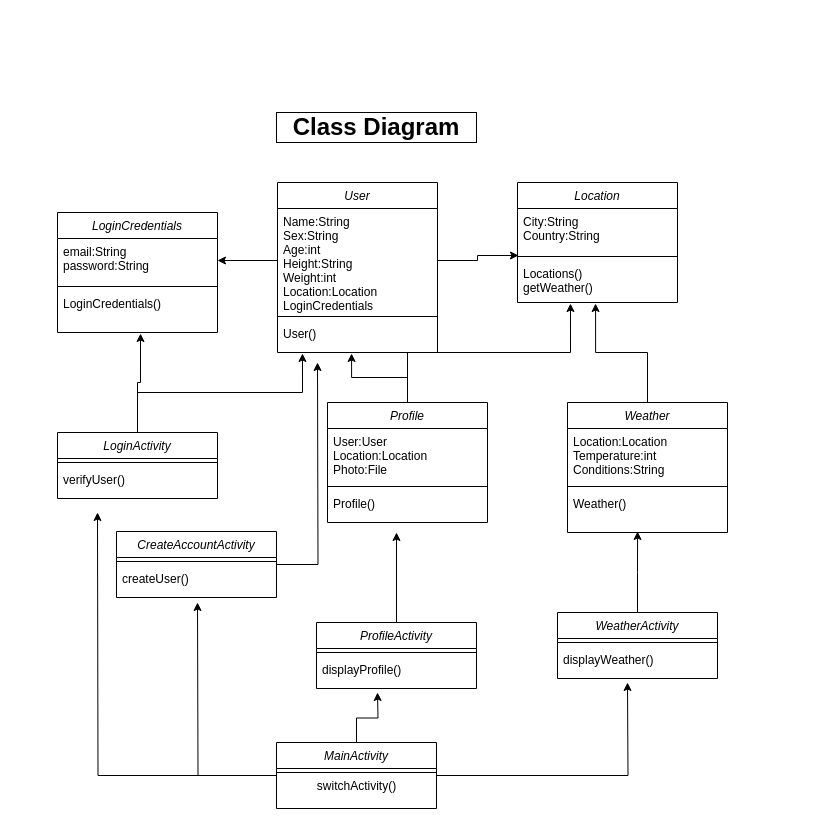
The draw.io diagram ClassDiagrams/ClassDiagramProject1.drawio in austincunliffe/AustinEvanWill, before the edit. Source tidied: cells renumbered, new cells numbered last; positions are measured from the earlier drawing's top-left corner, leaving out a move shared by most shapes. Both pictures are drawn from the tidied source at 100%, with x=0, y=0 at pixel (57, 112).
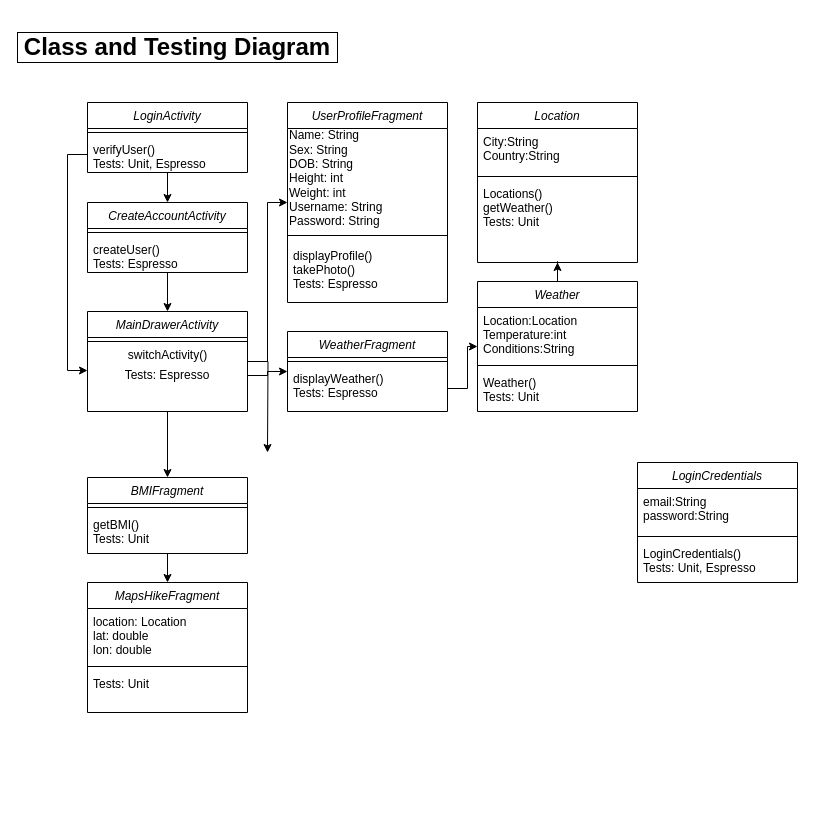
The same page after the edit.

Unchanged cells that the change refers to:
```xml
<mxCell id="16" value="City:String&#10;Country:String&#10;" style="text;align=left;verticalAlign=top;spacingLeft=4;spacingRight=4;overflow=hidden;points=[[0,0.5],[1,0.5]];portConstraint=eastwest;rounded=0;shadow=0;html=0;" parent="15" vertex="1">
  <mxGeometry y="26" width="160" height="44" as="geometry" />
</mxCell>
<mxCell id="24" value="email:String&#10;password:String" style="text;align=left;verticalAlign=top;spacingLeft=4;spacingRight=4;overflow=hidden;points=[[0,0.5],[1,0.5]];portConstraint=eastwest;rounded=0;shadow=0;html=0;" parent="23" vertex="1">
  <mxGeometry y="26" width="160" height="44" as="geometry" />
</mxCell>
```

The edit, as a diff of the source:
```diff
@@
-    <mxCell id="2" style="edgeStyle=orthogonalEdgeStyle;rounded=0;jettySize=auto;html=1;entryX=0.463;entryY=1.031;entryDx=0;entryDy=0;entryPerimeter=0;" parent="1" edge="1" source="7" target="22">
-      <mxGeometry relative="1" as="geometry" />
-    </mxCell>
-    <mxCell id="3" style="edgeStyle=orthogonalEdgeStyle;rounded=0;jettySize=auto;html=1;entryX=0.331;entryY=1.024;entryDx=0;entryDy=0;entryPerimeter=0;" parent="1" edge="1" source="7" target="18">
-      <mxGeometry relative="1" as="geometry" />
-    </mxCell>
-    <mxCell id="4" style="edgeStyle=orthogonalEdgeStyle;rounded=0;jettySize=auto;html=1;entryX=0.488;entryY=1.024;entryDx=0;entryDy=0;entryPerimeter=0;" parent="1" edge="1" source="11" target="18">
-      <mxGeometry relative="1" as="geometry" />
-    </mxCell>
-    <mxCell id="5" value="&lt;h1&gt;&lt;span style=&quot;background-color: rgb(255 , 255 , 255)&quot;&gt;Class Diagram&lt;/span&gt;&lt;/h1&gt;" style="text;html=1;fillColor=none;align=center;verticalAlign=middle;whiteSpace=wrap;rounded=0;strokeColor=#000000;" parent="1" vertex="1">
-      <mxGeometry x="219" width="200" height="30" as="geometry" />
+    <mxCell id="5" value="&lt;h1&gt;&lt;span style=&quot;background-color: rgb(255 , 255 , 255)&quot;&gt;Class and Testing Diagram&lt;/span&gt;&lt;/h1&gt;" style="text;html=1;fillColor=none;align=center;verticalAlign=middle;whiteSpace=wrap;rounded=0;strokeColor=#000000;" parent="1" vertex="1">
+      <mxGeometry x="-40" y="-80" width="320" height="30" as="geometry" />
     </mxCell>
-    <mxCell id="6" style="edgeStyle=orthogonalEdgeStyle;rounded=0;jettySize=auto;html=1;entryX=0.006;entryY=1.068;entryDx=0;entryDy=0;entryPerimeter=0;" parent="1" edge="1" source="20" target="16">
-      <mxGeometry relative="1" as="geometry" />
-    </mxCell>
-    <mxCell id="7" value="Profile" style="swimlane;fontStyle=2;align=center;verticalAlign=top;horizontal=1;startSize=26;rounded=0;shadow=0;strokeWidth=1;" parent="1" vertex="1">
-      <mxGeometry x="270" y="290" width="160" height="120" as="geometry" />
-    </mxCell>
-    <mxCell id="8" value="User:User&#10;Location:Location&#10;Photo:File&#10;" style="text;align=left;verticalAlign=top;spacingLeft=4;spacingRight=4;overflow=hidden;" parent="7" vertex="1">
-      <mxGeometry y="26" width="160" height="54" as="geometry" />
-    </mxCell>
-    <mxCell id="9" style="line;html=1;strokeWidth=1;align=left;verticalAlign=middle;spacingTop=-1;spacingLeft=3;spacingRight=3;labelPosition=right;" parent="7" vertex="1">
-      <mxGeometry y="80" width="160" height="8" as="geometry" />
-    </mxCell>
-    <mxCell id="10" value="Profile()&#10;" style="text;align=left;verticalAlign=top;spacingLeft=4;spacingRight=4;overflow=hidden;" parent="7" vertex="1">
-      <mxGeometry y="88" width="160" height="32" as="geometry" />
-    </mxCell>
+    <mxCell id="52" style="edgeStyle=orthogonalEdgeStyle;rounded=0;jettySize=auto;html=1;entryX=0.5;entryY=1;entryDx=0;entryDy=0;" parent="1" edge="1" source="11" target="15">
+      <mxGeometry relative="1" as="geometry" />
+    </mxCell>
+    <mxCell id="53" style="edgeStyle=orthogonalEdgeStyle;rounded=0;jettySize=auto;html=1;entryX=0.5;entryY=0;entryDx=0;entryDy=0;" parent="1" edge="1" source="30" target="34">
+      <mxGeometry relative="1" as="geometry" />
+    </mxCell>
+    <mxCell id="54" style="edgeStyle=orthogonalEdgeStyle;rounded=0;jettySize=auto;html=1;entryX=0;entryY=0.25;entryDx=0;entryDy=0;" parent="1" edge="1" source="32" target="62">
+      <mxGeometry relative="1" as="geometry" />
+    </mxCell>
+    <mxCell id="30" value="LoginActivity" style="swimlane;fontStyle=2;align=center;verticalAlign=top;horizontal=1;startSize=26;rounded=0;shadow=0;strokeWidth=1;" parent="1" vertex="1">
+      <mxGeometry x="30" y="-10" width="160" height="70" as="geometry" />
+    </mxCell>
+    <mxCell id="31" style="line;html=1;strokeWidth=1;align=left;verticalAlign=middle;spacingTop=-1;spacingLeft=3;spacingRight=3;labelPosition=right;" parent="30" vertex="1">
+      <mxGeometry y="26" width="160" height="8" as="geometry" />
+    </mxCell>
+    <mxCell id="32" value="verifyUser()&#10;Tests: Unit, Espresso" style="text;align=left;verticalAlign=top;spacingLeft=4;spacingRight=4;overflow=hidden;points=[[0,0.5],[1,0.5]];portConstraint=eastwest;" parent="30" vertex="1">
+      <mxGeometry y="34" width="160" height="36" as="geometry" />
+    </mxCell>
+    <mxCell id="55" style="edgeStyle=orthogonalEdgeStyle;rounded=0;jettySize=auto;html=1;entryX=0.5;entryY=0;entryDx=0;entryDy=0;" parent="1" edge="1" source="34" target="49">
+      <mxGeometry relative="1" as="geometry" />
+    </mxCell>
+    <mxCell id="34" value="CreateAccountActivity" style="swimlane;fontStyle=2;align=center;verticalAlign=top;horizontal=1;startSize=26;rounded=0;shadow=0;strokeWidth=1;" parent="1" vertex="1">
+      <mxGeometry x="30" y="90" width="160" height="70" as="geometry" />
+    </mxCell>
+    <mxCell id="35" style="line;html=1;strokeWidth=1;align=left;verticalAlign=middle;spacingTop=-1;spacingLeft=3;spacingRight=3;labelPosition=right;" parent="34" vertex="1">
+      <mxGeometry y="26" width="160" height="8" as="geometry" />
+    </mxCell>
+    <mxCell id="36" value="createUser()&#10;Tests: Espresso" style="text;align=left;verticalAlign=top;spacingLeft=4;spacingRight=4;overflow=hidden;" parent="34" vertex="1">
+      <mxGeometry y="34" width="160" height="36" as="geometry" />
+    </mxCell>
+    <mxCell id="56" style="edgeStyle=orthogonalEdgeStyle;rounded=0;jettySize=auto;html=1;" parent="1" edge="1" source="49" target="38">
+      <mxGeometry relative="1" as="geometry">
+        <Array as="points">
+          <mxPoint x="210" y="249" />
+          <mxPoint x="210" y="90" />
+        </Array>
+      </mxGeometry>
+    </mxCell>
+    <mxCell id="38" value="UserProfileFragment" style="swimlane;fontStyle=2;align=center;verticalAlign=top;horizontal=1;startSize=26;rounded=0;shadow=0;strokeWidth=1;" parent="1" vertex="1">
+      <mxGeometry x="230" y="-10" width="160" height="200" as="geometry" />
+    </mxCell>
+    <mxCell id="57" value="Name: String&lt;br&gt;Sex: String&lt;br&gt;DOB: String&lt;br&gt;Height: int&lt;br&gt;Weight: int&lt;br&gt;Username: String&lt;br&gt;Password: String&lt;br&gt;" style="text;html=1;align=left;verticalAlign=middle;" parent="38" vertex="1">
+      <mxGeometry y="26" width="160" height="100" as="geometry" />
+    </mxCell>
+    <mxCell id="39" style="line;html=1;strokeWidth=1;align=left;verticalAlign=middle;spacingTop=-1;spacingLeft=3;spacingRight=3;labelPosition=right;" parent="38" vertex="1">
+      <mxGeometry y="126" width="160" height="14" as="geometry" />
+    </mxCell>
+    <mxCell id="40" value="displayProfile()&#10;takePhoto()&#10;Tests: Espresso" style="text;align=left;verticalAlign=top;spacingLeft=4;spacingRight=4;overflow=hidden;" parent="38" vertex="1">
+      <mxGeometry y="140" width="160" height="50" as="geometry" />
+    </mxCell>
+    <mxCell id="42" value="WeatherFragment" style="swimlane;fontStyle=2;align=center;verticalAlign=top;horizontal=1;startSize=26;rounded=0;shadow=0;strokeWidth=1;" parent="1" vertex="1">
+      <mxGeometry x="230" y="219" width="160" height="80" as="geometry" />
+    </mxCell>
+    <mxCell id="43" style="line;html=1;strokeWidth=1;align=left;verticalAlign=middle;spacingTop=-1;spacingLeft=3;spacingRight=3;labelPosition=right;" parent="42" vertex="1">
+      <mxGeometry y="26" width="160" height="8" as="geometry" />
+    </mxCell>
+    <mxCell id="44" value="displayWeather()&#10;Tests: Espresso" style="text;align=left;verticalAlign=top;spacingLeft=4;spacingRight=4;overflow=hidden;points=[[0,0.5],[1,0.5]];portConstraint=eastwest;" parent="42" vertex="1">
+      <mxGeometry y="34" width="160" height="46" as="geometry" />
+    </mxCell>
     <mxCell id="11" value="Weather" style="swimlane;fontStyle=2;align=center;verticalAlign=top;horizontal=1;startSize=26;rounded=0;shadow=0;strokeWidth=1;" parent="1" vertex="1">
-      <mxGeometry x="510" y="290" width="160" height="130" as="geometry" />
+      <mxGeometry x="420" y="169" width="160" height="130" as="geometry" />
     </mxCell>
@@
-    <mxCell id="14" value="Weather()" style="text;align=left;verticalAlign=top;spacingLeft=4;spacingRight=4;overflow=hidden;points=[[0,0.5],[1,0.5]];portConstraint=eastwest;" parent="11" vertex="1">
+    <mxCell id="14" value="Weather()&#10;Tests: Unit" style="text;align=left;verticalAlign=top;spacingLeft=4;spacingRight=4;overflow=hidden;points=[[0,0.5],[1,0.5]];portConstraint=eastwest;" parent="11" vertex="1">
       <mxGeometry y="88" width="160" height="42" as="geometry" />
     </mxCell>
     <mxCell id="15" value="Location" style="swimlane;fontStyle=2;align=center;verticalAlign=top;horizontal=1;startSize=26;rounded=0;shadow=0;strokeWidth=1;" parent="1" vertex="1">
-      <mxGeometry x="460" y="70" width="160" height="120" as="geometry" />
+      <mxGeometry x="420" y="-10" width="160" height="160" as="geometry" />
     </mxCell>
@@
-    <mxCell id="18" value="Locations()&#10;getWeather()" style="text;align=left;verticalAlign=top;spacingLeft=4;spacingRight=4;overflow=hidden;points=[[0,0.5],[1,0.5]];portConstraint=eastwest;" parent="15" vertex="1">
+    <mxCell id="18" value="Locations()&#10;getWeather()&#10;Tests: Unit" style="text;align=left;verticalAlign=top;spacingLeft=4;spacingRight=4;overflow=hidden;points=[[0,0.5],[1,0.5]];portConstraint=eastwest;" parent="15" vertex="1">
       <mxGeometry y="78" width="160" height="42" as="geometry" />
     </mxCell>
-    <mxCell id="19" value="User" style="swimlane;fontStyle=2;align=center;verticalAlign=top;horizontal=1;startSize=26;rounded=0;shadow=0;strokeWidth=1;" parent="1" vertex="1">
-      <mxGeometry x="220" y="70" width="160" height="170" as="geometry" />
-    </mxCell>
-    <mxCell id="20" value="Name:String&#10;Sex:String&#10;Age:int&#10;Height:String&#10;Weight:int&#10;Location:Location&#10;LoginCredentials" style="text;align=left;verticalAlign=top;spacingLeft=4;spacingRight=4;overflow=hidden;points=[[0,0.5],[1,0.5]];portConstraint=eastwest;rounded=0;shadow=0;html=0;" parent="19" vertex="1">
-      <mxGeometry y="26" width="160" height="104" as="geometry" />
-    </mxCell>
-    <mxCell id="21" style="line;html=1;strokeWidth=1;align=left;verticalAlign=middle;spacingTop=-1;spacingLeft=3;spacingRight=3;labelPosition=right;" parent="19" vertex="1">
-      <mxGeometry y="130" width="160" height="8" as="geometry" />
-    </mxCell>
-    <mxCell id="22" value="User()&#10;" style="text;align=left;verticalAlign=top;spacingLeft=4;spacingRight=4;overflow=hidden;points=[[0,0.5],[1,0.5]];portConstraint=eastwest;" parent="19" vertex="1">
-      <mxGeometry y="138" width="160" height="32" as="geometry" />
-    </mxCell>
+    <mxCell id="58" style="edgeStyle=orthogonalEdgeStyle;rounded=0;jettySize=auto;html=1;" parent="1" edge="1" source="44" target="11">
+      <mxGeometry relative="1" as="geometry" />
+    </mxCell>
+    <mxCell id="59" style="edgeStyle=orthogonalEdgeStyle;rounded=0;jettySize=auto;html=1;" parent="1" edge="1" source="62" target="42">
+      <mxGeometry relative="1" as="geometry" />
+    </mxCell>
+    <mxCell id="60" style="edgeStyle=orthogonalEdgeStyle;rounded=0;jettySize=auto;html=1;entryX=0.5;entryY=0;entryDx=0;entryDy=0;" parent="1" edge="1" source="49" target="64">
+      <mxGeometry relative="1" as="geometry" />
+    </mxCell>
+    <mxCell id="61" style="edgeStyle=orthogonalEdgeStyle;rounded=0;jettySize=auto;html=1;" parent="1" edge="1" source="49">
+      <mxGeometry relative="1" as="geometry">
+        <mxPoint x="210" y="340" as="targetPoint" />
+      </mxGeometry>
+    </mxCell>
+    <mxCell id="49" value="MainDrawerActivity" style="swimlane;fontStyle=2;align=center;verticalAlign=top;horizontal=1;startSize=26;rounded=0;shadow=0;strokeWidth=1;" parent="1" vertex="1">
+      <mxGeometry x="30" y="199" width="160" height="100" as="geometry" />
+    </mxCell>
+    <mxCell id="50" style="line;html=1;strokeWidth=1;align=left;verticalAlign=middle;spacingTop=-1;spacingLeft=3;spacingRight=3;labelPosition=right;" parent="49" vertex="1">
+      <mxGeometry y="26" width="160" height="8" as="geometry" />
+    </mxCell>
+    <mxCell id="51" value="switchActivity()" style="text;html=1;align=center;verticalAlign=middle;" parent="49" vertex="1">
+      <mxGeometry y="34" width="160" height="20" as="geometry" />
+    </mxCell>
+    <mxCell id="62" value="Tests: Espresso" style="text;html=1;strokeColor=none;fillColor=none;align=center;verticalAlign=middle;whiteSpace=wrap;rounded=0;" parent="49" vertex="1">
+      <mxGeometry y="54" width="160" height="20" as="geometry" />
+    </mxCell>
     <mxCell id="23" value="LoginCredentials" style="swimlane;fontStyle=2;align=center;verticalAlign=top;horizontal=1;startSize=26;rounded=0;shadow=0;strokeWidth=1;" parent="1" vertex="1">
-      <mxGeometry y="100" width="160" height="120" as="geometry" />
+      <mxGeometry x="580" y="350" width="160" height="120" as="geometry" />
     </mxCell>
@@
-    <mxCell id="26" value="LoginCredentials()" style="text;align=left;verticalAlign=top;spacingLeft=4;spacingRight=4;overflow=hidden;points=[[0,0.5],[1,0.5]];portConstraint=eastwest;" parent="23" vertex="1">
+    <mxCell id="26" value="LoginCredentials()&#10;Tests: Unit, Espresso" style="text;align=left;verticalAlign=top;spacingLeft=4;spacingRight=4;overflow=hidden;points=[[0,0.5],[1,0.5]];portConstraint=eastwest;" parent="23" vertex="1">
       <mxGeometry y="78" width="160" height="42" as="geometry" />
     </mxCell>
-    <mxCell id="27" style="edgeStyle=orthogonalEdgeStyle;rounded=0;jettySize=auto;html=1;exitX=0;exitY=0.5;exitDx=0;exitDy=0;" parent="1" edge="1" source="20" target="24">
-      <mxGeometry relative="1" as="geometry" />
-    </mxCell>
-    <mxCell id="28" style="edgeStyle=orthogonalEdgeStyle;rounded=0;jettySize=auto;html=1;entryX=0.519;entryY=1.024;entryDx=0;entryDy=0;entryPerimeter=0;" parent="1" edge="1" source="30" target="26">
-      <mxGeometry relative="1" as="geometry" />
-    </mxCell>
-    <mxCell id="29" style="edgeStyle=orthogonalEdgeStyle;rounded=0;jettySize=auto;html=1;entryX=0.156;entryY=1.031;entryDx=0;entryDy=0;entryPerimeter=0;" parent="1" edge="1" source="30" target="22">
-      <mxGeometry relative="1" as="geometry" />
-    </mxCell>
-    <mxCell id="30" value="LoginActivity" style="swimlane;fontStyle=2;align=center;verticalAlign=top;horizontal=1;startSize=26;rounded=0;shadow=0;strokeWidth=1;" parent="1" vertex="1">
-      <mxGeometry y="320" width="160" height="66" as="geometry" />
-    </mxCell>
-    <mxCell id="31" style="line;html=1;strokeWidth=1;align=left;verticalAlign=middle;spacingTop=-1;spacingLeft=3;spacingRight=3;labelPosition=right;" parent="30" vertex="1">
-      <mxGeometry y="26" width="160" height="8" as="geometry" />
-    </mxCell>
-    <mxCell id="32" value="verifyUser()" style="text;align=left;verticalAlign=top;spacingLeft=4;spacingRight=4;overflow=hidden;points=[[0,0.5],[1,0.5]];portConstraint=eastwest;" parent="30" vertex="1">
-      <mxGeometry y="34" width="160" height="32" as="geometry" />
-    </mxCell>
-    <mxCell id="33" style="edgeStyle=orthogonalEdgeStyle;rounded=0;jettySize=auto;html=1;" parent="1" edge="1" source="34">
-      <mxGeometry relative="1" as="geometry">
-        <mxPoint x="260" y="250" as="targetPoint" />
-      </mxGeometry>
-    </mxCell>
-    <mxCell id="34" value="CreateAccountActivity" style="swimlane;fontStyle=2;align=center;verticalAlign=top;horizontal=1;startSize=26;rounded=0;shadow=0;strokeWidth=1;" parent="1" vertex="1">
-      <mxGeometry x="59" y="419" width="160" height="66" as="geometry" />
-    </mxCell>
-    <mxCell id="35" style="line;html=1;strokeWidth=1;align=left;verticalAlign=middle;spacingTop=-1;spacingLeft=3;spacingRight=3;labelPosition=right;" parent="34" vertex="1">
-      <mxGeometry y="26" width="160" height="8" as="geometry" />
-    </mxCell>
-    <mxCell id="36" value="createUser()" style="text;align=left;verticalAlign=top;spacingLeft=4;spacingRight=4;overflow=hidden;" parent="34" vertex="1">
-      <mxGeometry y="34" width="160" height="32" as="geometry" />
-    </mxCell>
-    <mxCell id="37" style="edgeStyle=orthogonalEdgeStyle;rounded=0;jettySize=auto;html=1;" parent="1" edge="1" source="38">
-      <mxGeometry relative="1" as="geometry">
-        <mxPoint x="339" y="420" as="targetPoint" />
-      </mxGeometry>
-    </mxCell>
-    <mxCell id="38" value="ProfileActivity" style="swimlane;fontStyle=2;align=center;verticalAlign=top;horizontal=1;startSize=26;rounded=0;shadow=0;strokeWidth=1;" parent="1" vertex="1">
-      <mxGeometry x="259" y="510" width="160" height="66" as="geometry" />
-    </mxCell>
-    <mxCell id="39" style="line;html=1;strokeWidth=1;align=left;verticalAlign=middle;spacingTop=-1;spacingLeft=3;spacingRight=3;labelPosition=right;" parent="38" vertex="1">
-      <mxGeometry y="26" width="160" height="8" as="geometry" />
-    </mxCell>
-    <mxCell id="40" value="displayProfile()" style="text;align=left;verticalAlign=top;spacingLeft=4;spacingRight=4;overflow=hidden;" parent="38" vertex="1">
-      <mxGeometry y="34" width="160" height="32" as="geometry" />
-    </mxCell>
-    <mxCell id="41" style="edgeStyle=orthogonalEdgeStyle;rounded=0;jettySize=auto;html=1;entryX=0.438;entryY=0.976;entryDx=0;entryDy=0;entryPerimeter=0;" parent="1" edge="1" source="42" target="14">
-      <mxGeometry relative="1" as="geometry" />
-    </mxCell>
-    <mxCell id="42" value="WeatherActivity" style="swimlane;fontStyle=2;align=center;verticalAlign=top;horizontal=1;startSize=26;rounded=0;shadow=0;strokeWidth=1;" parent="1" vertex="1">
-      <mxGeometry x="500" y="500" width="160" height="66" as="geometry" />
-    </mxCell>
-    <mxCell id="43" style="line;html=1;strokeWidth=1;align=left;verticalAlign=middle;spacingTop=-1;spacingLeft=3;spacingRight=3;labelPosition=right;" parent="42" vertex="1">
-      <mxGeometry y="26" width="160" height="8" as="geometry" />
-    </mxCell>
-    <mxCell id="44" value="displayWeather()" style="text;align=left;verticalAlign=top;spacingLeft=4;spacingRight=4;overflow=hidden;points=[[0,0.5],[1,0.5]];portConstraint=eastwest;" parent="42" vertex="1">
-      <mxGeometry y="34" width="160" height="32" as="geometry" />
-    </mxCell>
-    <mxCell id="45" style="edgeStyle=orthogonalEdgeStyle;rounded=0;jettySize=auto;html=1;" parent="1" edge="1" source="49">
-      <mxGeometry relative="1" as="geometry">
-        <mxPoint x="320" y="580" as="targetPoint" />
-      </mxGeometry>
-    </mxCell>
-    <mxCell id="46" style="edgeStyle=orthogonalEdgeStyle;rounded=0;jettySize=auto;html=1;" parent="1" edge="1" source="49">
-      <mxGeometry relative="1" as="geometry">
-        <mxPoint x="570" y="570" as="targetPoint" />
-      </mxGeometry>
-    </mxCell>
-    <mxCell id="47" style="edgeStyle=orthogonalEdgeStyle;rounded=0;jettySize=auto;html=1;" parent="1" edge="1" source="49">
-      <mxGeometry relative="1" as="geometry">
-        <mxPoint x="140" y="490" as="targetPoint" />
-      </mxGeometry>
-    </mxCell>
-    <mxCell id="48" style="edgeStyle=orthogonalEdgeStyle;rounded=0;jettySize=auto;html=1;" parent="1" edge="1" source="49">
-      <mxGeometry relative="1" as="geometry">
-        <mxPoint x="40" y="400" as="targetPoint" />
-      </mxGeometry>
-    </mxCell>
-    <mxCell id="49" value="MainActivity" style="swimlane;fontStyle=2;align=center;verticalAlign=top;horizontal=1;startSize=26;rounded=0;shadow=0;strokeWidth=1;" parent="1" vertex="1">
-      <mxGeometry x="219" y="630" width="160" height="66" as="geometry" />
-    </mxCell>
-    <mxCell id="50" style="line;html=1;strokeWidth=1;align=left;verticalAlign=middle;spacingTop=-1;spacingLeft=3;spacingRight=3;labelPosition=right;" parent="49" vertex="1">
-      <mxGeometry y="26" width="160" height="8" as="geometry" />
-    </mxCell>
-    <mxCell id="51" value="switchActivity()" style="text;html=1;align=center;verticalAlign=middle;" parent="49" vertex="1">
-      <mxGeometry y="34" width="160" height="20" as="geometry" />
-    </mxCell>
+    <mxCell id="63" style="edgeStyle=orthogonalEdgeStyle;rounded=0;jettySize=auto;html=1;entryX=0.5;entryY=0;entryDx=0;entryDy=0;" parent="1" edge="1" source="64" target="67">
+      <mxGeometry relative="1" as="geometry" />
+    </mxCell>
+    <mxCell id="64" value="BMIFragment" style="swimlane;fontStyle=2;align=center;verticalAlign=top;horizontal=1;startSize=26;rounded=0;shadow=0;strokeWidth=1;" parent="1" vertex="1">
+      <mxGeometry x="30" y="365" width="160" height="76" as="geometry" />
+    </mxCell>
+    <mxCell id="65" style="line;html=1;strokeWidth=1;align=left;verticalAlign=middle;spacingTop=-1;spacingLeft=3;spacingRight=3;labelPosition=right;" parent="64" vertex="1">
+      <mxGeometry y="26" width="160" height="8" as="geometry" />
+    </mxCell>
+    <mxCell id="66" value="getBMI()&#10;Tests: Unit" style="text;align=left;verticalAlign=top;spacingLeft=4;spacingRight=4;overflow=hidden;" parent="64" vertex="1">
+      <mxGeometry y="34" width="160" height="42" as="geometry" />
+    </mxCell>
+    <mxCell id="67" value="MapsHikeFragment" style="swimlane;fontStyle=2;align=center;verticalAlign=top;horizontal=1;startSize=26;rounded=0;shadow=0;strokeWidth=1;" parent="1" vertex="1">
+      <mxGeometry x="30" y="470" width="160" height="130" as="geometry" />
+    </mxCell>
+    <mxCell id="68" value="location: Location&#10;lat: double&#10;lon: double" style="text;align=left;verticalAlign=top;spacingLeft=4;spacingRight=4;overflow=hidden;rounded=0;shadow=0;html=0;" parent="67" vertex="1">
+      <mxGeometry y="26" width="160" height="54" as="geometry" />
+    </mxCell>
+    <mxCell id="9" style="line;html=1;strokeWidth=1;align=left;verticalAlign=middle;spacingTop=-1;spacingLeft=3;spacingRight=3;labelPosition=right;" parent="67" vertex="1">
+      <mxGeometry y="80" width="160" height="8" as="geometry" />
+    </mxCell>
+    <mxCell id="69" value="Tests: Unit" style="text;align=left;verticalAlign=top;spacingLeft=4;spacingRight=4;overflow=hidden;" parent="67" vertex="1">
+      <mxGeometry y="88" width="160" height="42" as="geometry" />
+    </mxCell>
```
